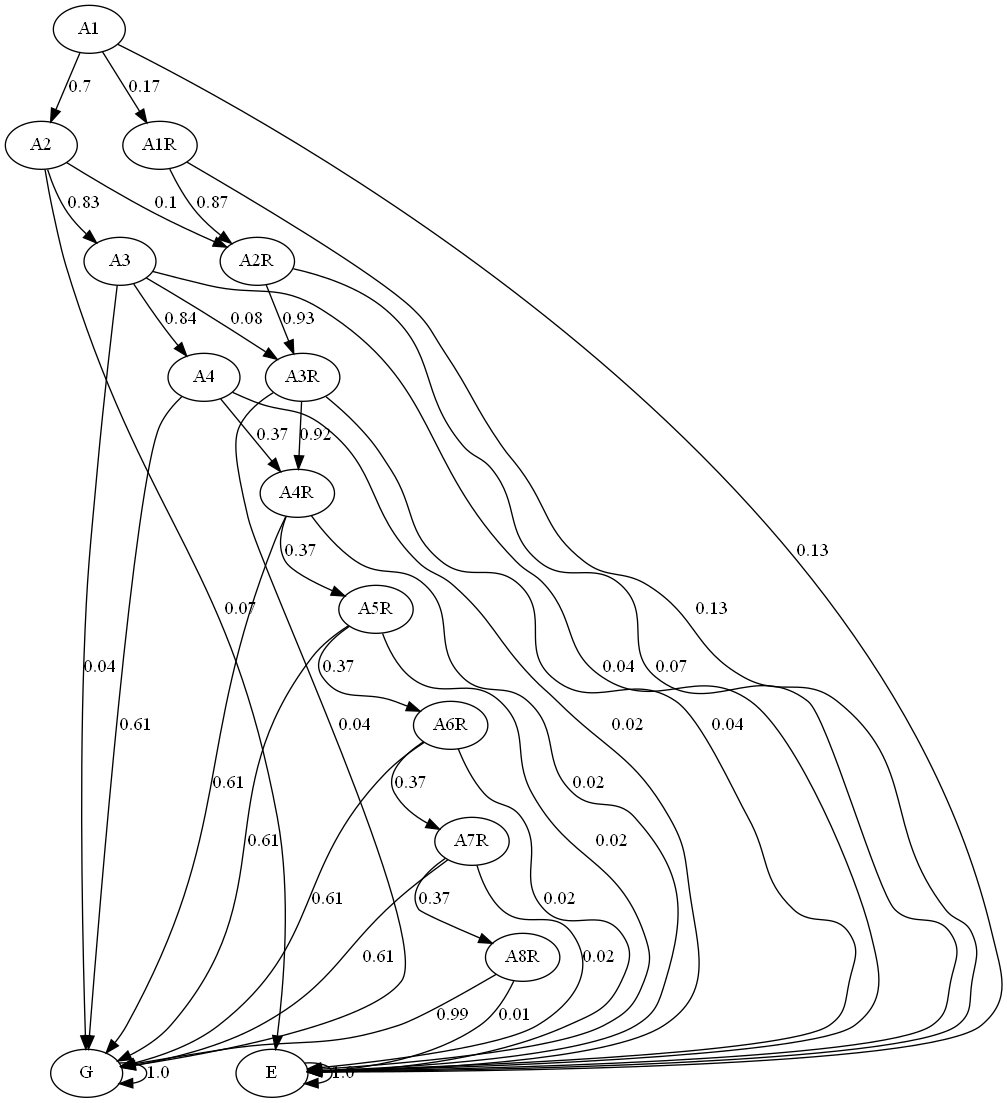
JulianaFerreira/educacao keeps this Graphviz diagram as graph/markov.png. Above is the earlier version. Its source is kept beside it as graph/markov.dot.
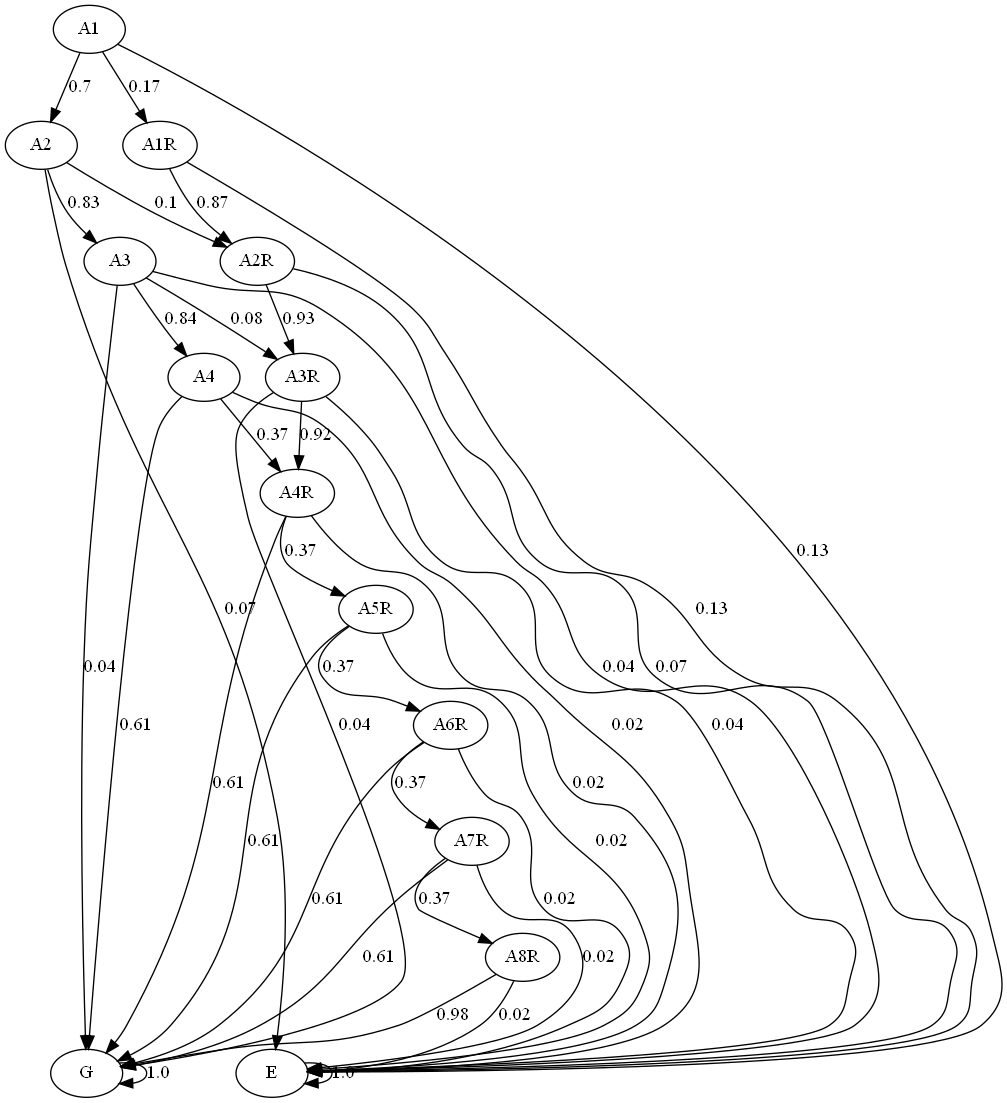
Later version of the same file.

The edit, as a diff of the source:
```diff
@@ -45,8 +45,8 @@
 A7R -> A8R  [key=0, label="0.37", weight="0.37"];
 A7R -> G  [key=0, label="0.61", weight="0.61"];
 A7R -> E  [key=0, label="0.02", weight="0.02"];
-A8R -> G  [key=0, label="0.99", weight="0.99"];
-A8R -> E  [key=0, label="0.01", weight="0.01"];
+A8R -> G  [key=0, label="0.98", weight="0.98"];
+A8R -> E  [key=0, label="0.02", weight="0.02"];
 G -> G  [key=0, label="1.0", weight="1.0"];
 E -> E  [key=0, label="1.0", weight="1.0"];
 }
```
